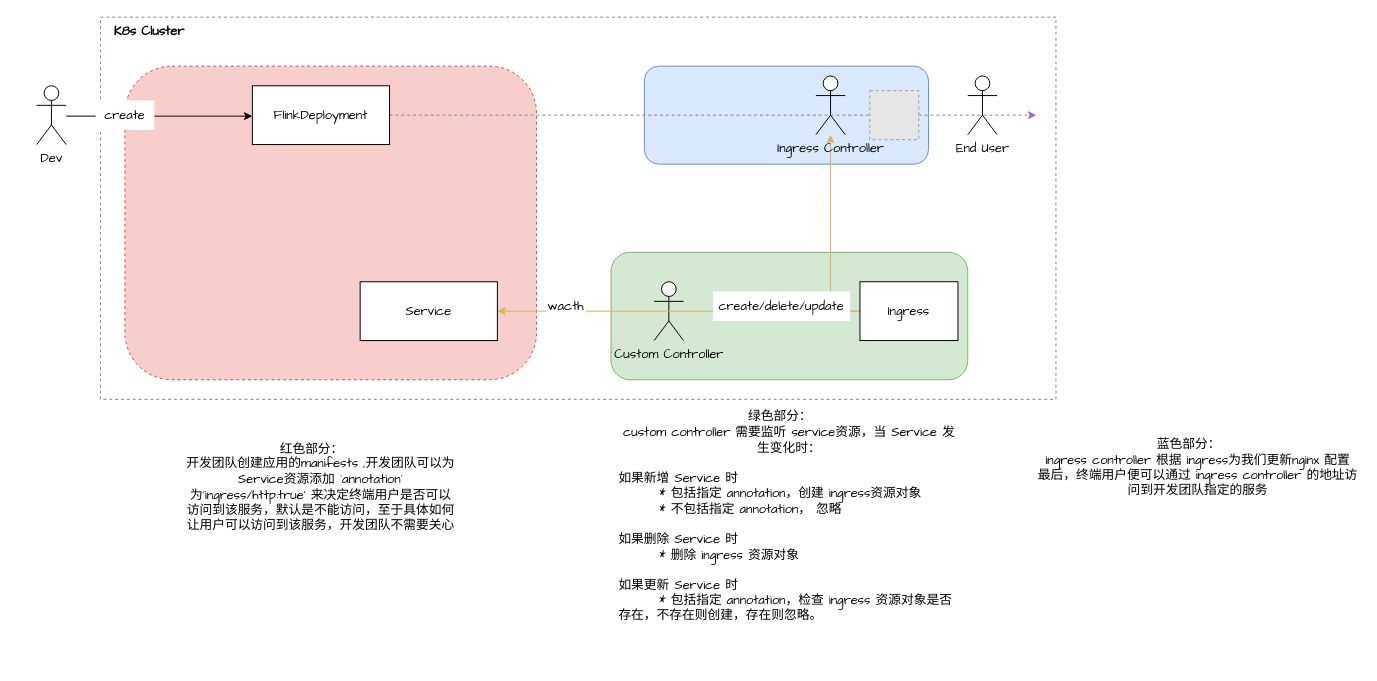
The draw.io diagram page "Flink 案例01" (3 of 5) of Drawio/Kubernetes Operator.drawio in xinzhuxiansheng/blog-notes, before the edit. Source tidied: cells renumbered, new cells numbered last; positions are measured from the earlier drawing's top-left corner, leaving out a move shared by most shapes. Both pictures are drawn from the tidied source at 98%, with x=0, y=0 at pixel (36, 17). Pictures stored in the file or linked from it are replaced by grey dashed boxes.
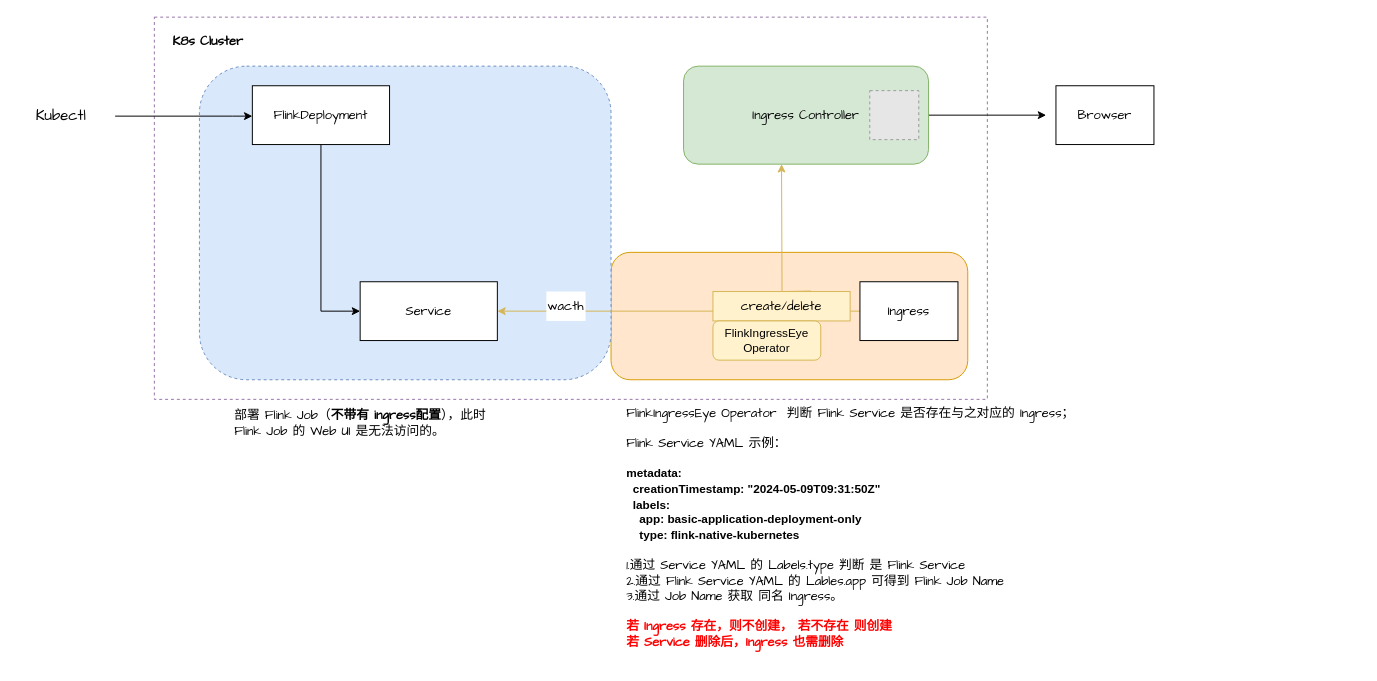
After the change.

Unchanged cells that the change refers to:
```xml
<mxCell id="7" value="FlinkDeployment" style="rounded=0;whiteSpace=wrap;html=1;fontFamily=Comic Sans MS;fontSize=13;labelBackgroundColor=none;" parent="1" vertex="1">
  <mxGeometry x="220" y="70" width="140" height="60" as="geometry" />
</mxCell>
<mxCell id="8" value="Service" style="rounded=0;whiteSpace=wrap;html=1;fontFamily=Comic Sans MS;fontSize=13;labelBackgroundColor=none;" parent="1" vertex="1">
  <mxGeometry x="330" y="270" width="140" height="60" as="geometry" />
</mxCell>
<mxCell id="15" value="Ingress" style="rounded=0;whiteSpace=wrap;html=1;fontFamily=Comic Sans MS;fontSize=13;labelBackgroundColor=none;" parent="1" vertex="1">
  <mxGeometry x="840" y="270" width="100" height="60" as="geometry" />
</mxCell>
```

Diff of the diagram source:
```diff
@@
     <mxCell id="2" style="rounded=0;whiteSpace=wrap;html=1;fillColor=none;strokeColor=#9673a6;dashed=1;" parent="1" vertex="1">
-      <mxGeometry x="65" width="975" height="390" as="geometry" />
+      <mxGeometry x="120" width="850" height="390" as="geometry" />
     </mxCell>
+    <mxCell id="25" style="edgeStyle=orthogonalEdgeStyle;rounded=0;jettySize=auto;html=1;" parent="1" edge="1" source="3">
+      <mxGeometry relative="1" as="geometry">
+        <mxPoint x="1030" y="100" as="targetPoint" />
+      </mxGeometry>
+    </mxCell>
-    <mxCell id="3" style="rounded=1;whiteSpace=wrap;html=1;fillColor=#dae8fc;strokeColor=#6c8ebf;fontFamily=Comic Sans MS;fontSize=13;labelBackgroundColor=none;" parent="1" vertex="1">
-      <mxGeometry x="620" y="50" width="290" height="100" as="geometry" />
+    <mxCell id="3" value="&lt;span style=&quot;text-wrap: nowrap;&quot;&gt;Ingress Controller&lt;/span&gt;" style="rounded=1;whiteSpace=wrap;html=1;fillColor=#d5e8d4;strokeColor=#82b366;fontFamily=Comic Sans MS;fontSize=13;labelBackgroundColor=none;" parent="1" vertex="1">
+      <mxGeometry x="660" y="50" width="250" height="100" as="geometry" />
     </mxCell>
-    <mxCell id="4" style="rounded=1;whiteSpace=wrap;html=1;fillColor=#d5e8d4;strokeColor=#82b366;fontFamily=Comic Sans MS;fontSize=13;labelBackgroundColor=none;" parent="1" vertex="1">
+    <mxCell id="4" style="rounded=1;whiteSpace=wrap;html=1;fillColor=#ffe6cc;strokeColor=#d79b00;fontFamily=Comic Sans MS;fontSize=13;labelBackgroundColor=none;" parent="1" vertex="1">
       <mxGeometry x="586" y="240" width="364" height="130" as="geometry" />
     </mxCell>
-    <mxCell id="5" style="rounded=1;whiteSpace=wrap;html=1;fillColor=#f8cecc;strokeColor=#b85450;fontFamily=Comic Sans MS;fontSize=13;labelBackgroundColor=none;dashed=1;" parent="1" vertex="1">
-      <mxGeometry x="90" y="50" width="420" height="320" as="geometry" />
+    <mxCell id="5" style="rounded=1;whiteSpace=wrap;html=1;fillColor=#dae8fc;strokeColor=#6c8ebf;fontFamily=Comic Sans MS;fontSize=13;labelBackgroundColor=none;dashed=1;" parent="1" vertex="1">
+      <mxGeometry x="166" y="50" width="420" height="320" as="geometry" />
     </mxCell>
-    <mxCell id="6" style="edgeStyle=orthogonalEdgeStyle;rounded=0;jettySize=auto;html=1;fillColor=#e1d5e7;strokeColor=#9673a6;dashed=1;fontFamily=Comic Sans MS;fontSize=13;labelBackgroundColor=none;" parent="1" edge="1" source="7">
-      <mxGeometry relative="1" as="geometry">
-        <mxPoint x="1020" y="100" as="targetPoint" />
-      </mxGeometry>
-    </mxCell>
+    <mxCell id="26" style="edgeStyle=orthogonalEdgeStyle;rounded=0;jettySize=auto;html=1;entryX=0;entryY=0.5;entryDx=0;entryDy=0;" parent="1" edge="1" source="7" target="8">
+      <mxGeometry relative="1" as="geometry" />
+    </mxCell>
@@
-    <mxCell id="9" style="edgeStyle=orthogonalEdgeStyle;rounded=0;orthogonalLoop=1;jettySize=auto;html=1;exitX=1;exitY=0.3333333333333333;exitDx=0;exitDy=0;exitPerimeter=0;fontFamily=Comic Sans MS;fontSize=13;labelBackgroundColor=none;" parent="1" edge="1">
+    <mxCell id="9" style="edgeStyle=orthogonalEdgeStyle;rounded=0;orthogonalLoop=1;jettySize=auto;html=1;fontFamily=Comic Sans MS;fontSize=13;labelBackgroundColor=none;" parent="1" edge="1">
       <mxGeometry relative="1" as="geometry">
-        <mxPoint x="30" y="101" as="sourcePoint" />
+        <mxPoint x="80" y="101" as="sourcePoint" />
         <mxPoint x="220" y="101" as="targetPoint" />
         <Array as="points">
           <mxPoint x="200" y="101" />
         </Array>
       </mxGeometry>
     </mxCell>
-    <mxCell id="10" value="Dev" style="shape=umlActor;verticalLabelPosition=bottom;verticalAlign=top;html=1;fontFamily=Comic Sans MS;fontSize=13;labelBackgroundColor=none;" parent="1" vertex="1">
-      <mxGeometry y="70" width="30" height="60" as="geometry" />
-    </mxCell>
-    <mxCell id="11" value="create" style="text;html=1;align=center;verticalAlign=middle;whiteSpace=wrap;rounded=0;fillColor=default;fontFamily=Comic Sans MS;fontSize=13;labelBackgroundColor=none;" parent="1" vertex="1">
-      <mxGeometry x="60" y="85" width="60" height="30" as="geometry" />
+    <mxCell id="11" value="Kubectl" style="text;html=1;align=center;verticalAlign=middle;whiteSpace=wrap;rounded=0;fillColor=default;fontFamily=Comic Sans MS;fontSize=15;labelBackgroundColor=none;" parent="1" vertex="1">
+      <mxGeometry x="-20" y="77.5" width="90" height="45" as="geometry" />
     </mxCell>
-    <mxCell id="12" value="&lt;span style=&quot;font-size: 13px;&quot;&gt;C&lt;/span&gt;&lt;span style=&quot;font-size: 13px;&quot;&gt;ustom Controller&lt;/span&gt;" style="shape=umlActor;verticalLabelPosition=bottom;verticalAlign=top;html=1;fontFamily=Comic Sans MS;fontSize=13;labelBackgroundColor=none;" parent="1" vertex="1">
-      <mxGeometry x="630" y="270" width="30" height="60" as="geometry" />
-    </mxCell>
@@
-    <mxCell id="14" style="edgeStyle=orthogonalEdgeStyle;rounded=0;jettySize=auto;html=1;fillColor=#fff2cc;strokeColor=#d6b656;fontFamily=Comic Sans MS;fontSize=13;labelBackgroundColor=none;" parent="1" edge="1" source="15" target="18">
-      <mxGeometry relative="1" as="geometry" />
+    <mxCell id="14" style="edgeStyle=orthogonalEdgeStyle;rounded=0;orthogonalLoop=1;jettySize=auto;html=1;fillColor=#fff2cc;strokeColor=#d6b656;fontFamily=Comic Sans MS;fontSize=13;labelBackgroundColor=none;" parent="1" edge="1">
+      <mxGeometry relative="1" as="geometry">
+        <mxPoint x="790" y="279.5" as="sourcePoint" />
+        <mxPoint x="760" y="150" as="targetPoint" />
+      </mxGeometry>
     </mxCell>
@@
-    <mxCell id="16" value="create/delete/update" style="text;html=1;align=center;verticalAlign=middle;whiteSpace=wrap;rounded=0;fillColor=default;fontFamily=Comic Sans MS;fontSize=13;labelBackgroundColor=none;" parent="1" vertex="1">
+    <mxCell id="16" value="create/delete" style="text;html=1;align=center;verticalAlign=middle;whiteSpace=wrap;rounded=0;fillColor=#fff2cc;fontFamily=Comic Sans MS;fontSize=13;labelBackgroundColor=none;strokeColor=#d6b656;" parent="1" vertex="1">
       <mxGeometry x="690" y="280" width="140" height="30" as="geometry" />
     </mxCell>
@@
-    <mxCell id="18" value="Ingress Controller" style="shape=umlActor;verticalLabelPosition=bottom;verticalAlign=top;html=1;outlineConnect=0;fontFamily=Comic Sans MS;fontSize=13;labelBackgroundColor=none;" parent="1" vertex="1">
-      <mxGeometry x="795" y="60" width="30" height="60" as="geometry" />
-    </mxCell>
-    <mxCell id="19" value="End User" style="shape=umlActor;verticalLabelPosition=bottom;verticalAlign=top;html=1;fontFamily=Comic Sans MS;fontSize=13;labelBackgroundColor=none;" parent="1" vertex="1">
-      <mxGeometry x="950" y="60" width="30" height="60" as="geometry" />
-    </mxCell>
-    <mxCell id="20" value="红色部分：&lt;span style=&quot;white-space: pre; font-size: 13px;&quot;&gt;&#9;&lt;/span&gt;&lt;div style=&quot;font-size: 13px;&quot;&gt;开发团队创建应用的manifests ,开发团队可以为 Service资源添加 `annotation` 为'ingress/http:true' 来决定终端用户是否可以访问到该服务，默认是不能访问，至于具体如何让用户可以访问到该服务，开发团队不需要关心&lt;/div&gt;" style="text;html=1;align=center;verticalAlign=middle;whiteSpace=wrap;rounded=0;fontFamily=Comic Sans MS;fontSize=13;labelBackgroundColor=none;" parent="1" vertex="1">
-      <mxGeometry x="150" y="400" width="280" height="160" as="geometry" />
+    <mxCell id="20" value="&lt;div&gt;&lt;span style=&quot;background-color: initial;&quot;&gt;部署 Flink Job（&lt;b&gt;不带有 ingress配置&lt;/b&gt;），此时 Flink Job 的 Web UI 是无法访问的。&lt;/span&gt;&lt;/div&gt;" style="text;html=1;align=left;verticalAlign=middle;whiteSpace=wrap;rounded=0;fontFamily=Comic Sans MS;fontSize=13;labelBackgroundColor=none;" parent="1" vertex="1">
+      <mxGeometry x="200" y="390" width="280" height="50" as="geometry" />
     </mxCell>
-    <mxCell id="21" value="绿色部分：&lt;span style=&quot;white-space: pre; font-size: 13px;&quot;&gt;&#9;&lt;/span&gt;&lt;div style=&quot;font-size: 13px;&quot;&gt;custom controller 需要监听 service资源，当 Service 发生变化时：&lt;/div&gt;&lt;div style=&quot;font-size: 13px;&quot;&gt;&lt;br style=&quot;font-size: 13px;&quot;&gt;&lt;/div&gt;&lt;div style=&quot;text-align: left; font-size: 13px;&quot;&gt;如果新增 Service 时&lt;/div&gt;&lt;div style=&quot;text-align: left; font-size: 13px;&quot;&gt;&lt;span style=&quot;text-align: center; font-size: 13px;&quot;&gt;&lt;span style=&quot;white-space: pre; font-size: 13px;&quot;&gt;&#9;&lt;/span&gt;* 包括指定 annotation，创建 ingress资源对象&lt;/span&gt;&lt;/div&gt;&lt;div style=&quot;text-align: left; font-size: 13px;&quot;&gt;&lt;span style=&quot;white-space: pre; font-size: 13px;&quot;&gt;&#9;&lt;/span&gt;* 不包括指定 annotation， 忽略&lt;/div&gt;&lt;div style=&quot;font-size: 13px;&quot;&gt;&lt;span style=&quot;font-size: 13px;&quot;&gt;&lt;br style=&quot;font-size: 13px;&quot;&gt;&lt;/span&gt;&lt;/div&gt;&lt;div style=&quot;text-align: left; font-size: 13px;&quot;&gt;&lt;span style=&quot;font-size: 13px;&quot;&gt;如果删除 Service 时&lt;/span&gt;&lt;br style=&quot;font-size: 13px;&quot;&gt;&lt;/div&gt;&lt;div style=&quot;text-align: left; font-size: 13px;&quot;&gt;&lt;span style=&quot;font-size: 13px;&quot;&gt;&lt;span style=&quot;white-space: pre; font-size: 13px;&quot;&gt;&#9;&lt;/span&gt;* 删除 ingress 资源对象&lt;br style=&quot;font-size: 13px;&quot;&gt;&lt;/span&gt;&lt;/div&gt;&lt;div style=&quot;text-align: left; font-size: 13px;&quot;&gt;&lt;span style=&quot;font-size: 13px;&quot;&gt;&lt;br style=&quot;font-size: 13px;&quot;&gt;&lt;/span&gt;&lt;/div&gt;&lt;div style=&quot;text-align: left; font-size: 13px;&quot;&gt;如果更新 Service 时&lt;/div&gt;&lt;div style=&quot;text-align: left; font-size: 13px;&quot;&gt;&lt;span style=&quot;white-space: pre; font-size: 13px;&quot;&gt;&#9;&lt;/span&gt;* 包括指定 annotation，检查 ingress 资源对象是否存在，不存在则创建，存在则忽略。&lt;br style=&quot;font-size: 13px;&quot;&gt;&lt;/div&gt;" style="text;html=1;align=center;verticalAlign=middle;whiteSpace=wrap;rounded=0;fontFamily=Comic Sans MS;fontSize=13;labelBackgroundColor=none;" parent="1" vertex="1">
-      <mxGeometry x="593" y="400" width="350" height="220" as="geometry" />
+    <mxCell id="21" value="&lt;div&gt;FlinkIngressEye Operator&amp;nbsp; 判断 Flink Service 是否存在与之对应的 Ingress；&lt;/div&gt;&lt;div&gt;&lt;br&gt;&lt;/div&gt;&lt;div&gt;Flink Service YAML 示例：&lt;/div&gt;&lt;div&gt;&lt;span style=&quot;font-family: Helvetica; font-size: 12px;&quot;&gt;&lt;br&gt;&lt;b&gt;metadata:&amp;nbsp; &amp;nbsp; &amp;nbsp; &amp;nbsp; &amp;nbsp; &amp;nbsp; &amp;nbsp; &amp;nbsp; &amp;nbsp; &amp;nbsp; &amp;nbsp; &amp;nbsp; &amp;nbsp; &amp;nbsp; &amp;nbsp; &amp;nbsp; &amp;nbsp; &amp;nbsp; &amp;nbsp; &amp;nbsp; &amp;nbsp; &amp;nbsp; &amp;nbsp; &amp;nbsp; &amp;nbsp; &amp;nbsp; &amp;nbsp; &amp;nbsp; &amp;nbsp; &amp;nbsp; &amp;nbsp; &amp;nbsp; &amp;nbsp; &amp;nbsp; &amp;nbsp; &amp;nbsp; &amp;nbsp; &amp;nbsp; &amp;nbsp; &amp;nbsp; &amp;nbsp; &amp;nbsp; &amp;nbsp; &amp;nbsp; &amp;nbsp; &amp;nbsp; &amp;nbsp; &amp;nbsp; &amp;nbsp; &amp;nbsp;&amp;nbsp;&lt;/b&gt;&lt;/span&gt;&lt;b&gt;&lt;br style=&quot;font-family: Helvetica; font-size: 12px;&quot;&gt;&lt;span style=&quot;font-family: Helvetica; font-size: 12px;&quot;&gt;&amp;nbsp; creationTimestamp️️: &quot;2024-05-09T09:31:50Z&quot;&amp;nbsp; &amp;nbsp; &amp;nbsp; &amp;nbsp; &amp;nbsp; &amp;nbsp; &amp;nbsp; &amp;nbsp; &amp;nbsp; &amp;nbsp; &amp;nbsp; &amp;nbsp; &amp;nbsp; &amp;nbsp; &amp;nbsp; &amp;nbsp; &amp;nbsp; &amp;nbsp; &amp;nbsp; &amp;nbsp; &amp;nbsp; &amp;nbsp; &amp;nbsp; &amp;nbsp;&lt;/span&gt;&lt;br style=&quot;font-family: Helvetica; font-size: 12px;&quot;&gt;&lt;span style=&quot;font-family: Helvetica; font-size: 12px;&quot;&gt;&amp;nbsp; labels:&amp;nbsp; &amp;nbsp; &amp;nbsp; &amp;nbsp; &amp;nbsp; &amp;nbsp; &amp;nbsp; &amp;nbsp; &amp;nbsp; &amp;nbsp; &amp;nbsp; &amp;nbsp; &amp;nbsp; &amp;nbsp; &amp;nbsp; &amp;nbsp; &amp;nbsp; &amp;nbsp; &amp;nbsp; &amp;nbsp; &amp;nbsp; &amp;nbsp; &amp;nbsp; &amp;nbsp; &amp;nbsp; &amp;nbsp; &amp;nbsp; &amp;nbsp; &amp;nbsp; &amp;nbsp; &amp;nbsp; &amp;nbsp; &amp;nbsp; &amp;nbsp; &amp;nbsp; &amp;nbsp; &amp;nbsp; &amp;nbsp; &amp;nbsp; &amp;nbsp; &amp;nbsp; &amp;nbsp; &amp;nbsp; &amp;nbsp; &amp;nbsp; &amp;nbsp; &amp;nbsp; &amp;nbsp; &amp;nbsp; &amp;nbsp; &amp;nbsp; &amp;nbsp; &amp;nbsp; &amp;nbsp;&amp;nbsp;&lt;/span&gt;&lt;br style=&quot;font-family: Helvetica; font-size: 12px;&quot;&gt;&lt;span style=&quot;font-family: Helvetica; font-size: 12px;&quot;&gt;&amp;nbsp; &amp;nbsp; app: basic-application-deployment-only&amp;nbsp; &amp;nbsp; &amp;nbsp; &amp;nbsp; &amp;nbsp; &amp;nbsp; &amp;nbsp; &amp;nbsp; &amp;nbsp; &amp;nbsp; &amp;nbsp; &amp;nbsp; &amp;nbsp; &amp;nbsp; &amp;nbsp; &amp;nbsp; &amp;nbsp; &amp;nbsp; &amp;nbsp; &amp;nbsp; &amp;nbsp; &amp;nbsp; &amp;nbsp; &amp;nbsp; &amp;nbsp; &amp;nbsp; &amp;nbsp; &amp;nbsp;&lt;/span&gt;&lt;br style=&quot;font-family: Helvetica; font-size: 12px;&quot;&gt;&lt;span style=&quot;font-family: Helvetica; font-size: 12px;&quot;&gt;&amp;nbsp; &amp;nbsp; type: flink-native-kubernetes&lt;/span&gt;&lt;/b&gt;&lt;br&gt;&lt;/div&gt;&lt;div&gt;&lt;br&gt;&lt;/div&gt;&lt;div&gt;1.通过 Service YAML 的 Labels.type 判断 是 Flink Service&amp;nbsp;&lt;/div&gt;&lt;div&gt;2.通过 Flink Service YAML 的 Lables.app 可得到 Flink Job Name&lt;/div&gt;&lt;div&gt;3.通过 Job Name 获取 同名 Ingress。&lt;span style=&quot;white-space: pre;&quot;&gt;&#9;&lt;/span&gt;&lt;span style=&quot;white-space: pre;&quot;&gt;&#9;&lt;/span&gt;&lt;/div&gt;&lt;div&gt;&lt;br&gt;&lt;/div&gt;&lt;div&gt;&lt;b&gt;&lt;font color=&quot;#ff0000&quot;&gt;若 Ingress 存在，则不创建， 若不存在 则创建&lt;/font&gt;&lt;/b&gt;&lt;/div&gt;&lt;div&gt;&lt;b&gt;&lt;font color=&quot;#ff0000&quot;&gt;若 Service 删除后，Ingress 也需删除&lt;/font&gt;&lt;/b&gt;&lt;/div&gt;" style="text;html=1;align=left;verticalAlign=top;whiteSpace=wrap;rounded=0;fontFamily=Comic Sans MS;fontSize=13;labelBackgroundColor=none;" parent="1" vertex="1">
+      <mxGeometry x="600" y="390" width="470" height="270" as="geometry" />
     </mxCell>
-    <mxCell id="22" value="蓝色部分：&lt;span style=&quot;white-space: pre; font-size: 13px;&quot;&gt;&#9;&lt;/span&gt;&lt;div style=&quot;font-size: 13px;&quot;&gt;ingress controller 根据 ingress为我们更新nginx 配置&lt;/div&gt;&lt;div style=&quot;font-size: 13px;&quot;&gt;最后，终端用户便可以通过 ingress controller 的地址访问到开发团队指定的服务&lt;/div&gt;" style="text;html=1;align=center;verticalAlign=middle;whiteSpace=wrap;rounded=0;fontFamily=Comic Sans MS;fontSize=13;labelBackgroundColor=none;" parent="1" vertex="1">
-      <mxGeometry x="1020" y="350" width="330" height="220" as="geometry" />
-    </mxCell>
@@
     <mxCell id="24" value="K8s Cluster" style="text;html=1;align=center;verticalAlign=middle;whiteSpace=wrap;rounded=0;fontStyle=1;fontSize=13;fontFamily=Comic Sans MS;" parent="1" vertex="1">
-      <mxGeometry x="70" width="90" height="30" as="geometry" />
+      <mxGeometry x="130" y="10" width="90" height="30" as="geometry" />
     </mxCell>
+    <mxCell id="27" value="FlinkIngressEye Operator" style="rounded=1;whiteSpace=wrap;html=1;fillColor=#fff2cc;strokeColor=#d6b656;" parent="1" vertex="1">
+      <mxGeometry x="690" y="310" width="110" height="40" as="geometry" />
+    </mxCell>
+    <mxCell id="28" value="&lt;span style=&quot;font-family: &amp;quot;Comic Sans MS&amp;quot;; font-size: 13px;&quot;&gt;Browser&lt;/span&gt;" style="rounded=0;whiteSpace=wrap;html=1;" parent="1" vertex="1">
+      <mxGeometry x="1040" y="70" width="100" height="60" as="geometry" />
+    </mxCell>
```
